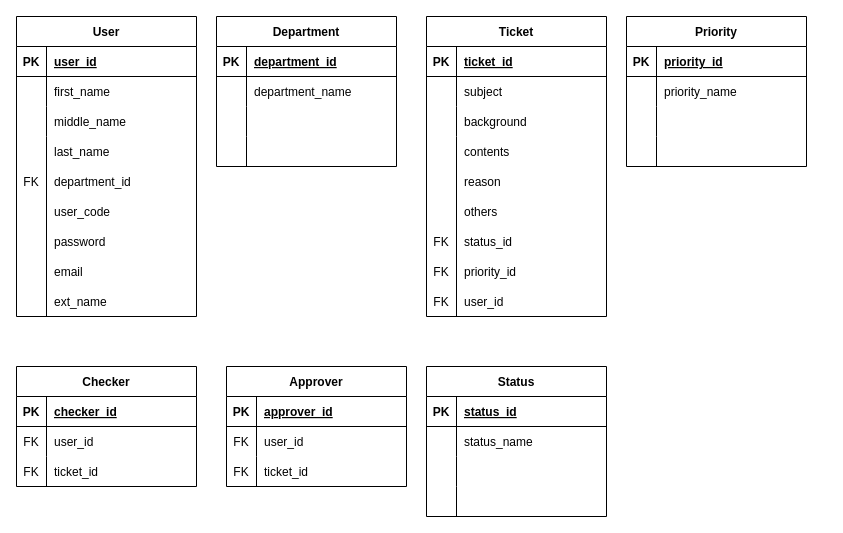
The draw.io diagram diagrams/ERD.drawio in JRCRT/ticketing_system, before the edit. Source tidied: cells renumbered, new cells numbered last; positions are measured from the earlier drawing's top-left corner, leaving out a move shared by most shapes. Both pictures are drawn from the tidied source at 100%, with x=0, y=0 at pixel (16, 16).
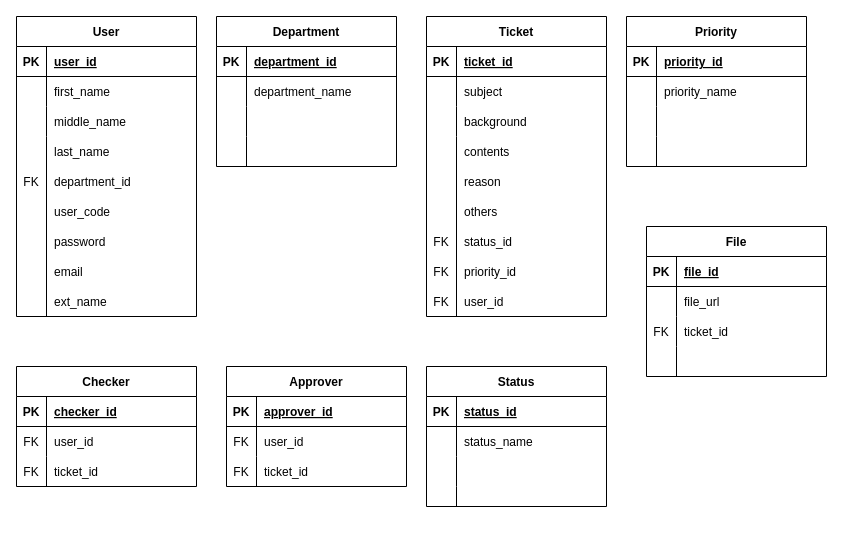
The same diagram, later.

The edit, as a diff of the source:
```diff
@@
     <mxCell id="75" value="Status" style="shape=table;startSize=30;childLayout=tableLayout;rowLines=0;fontStyle=1;align=center;" parent="1" vertex="1">
-      <mxGeometry x="410" y="350" width="180" height="150" as="geometry" />
+      <mxGeometry x="410" y="350" width="180" height="140" as="geometry" />
     </mxCell>
@@
     <mxCell id="85" style="shape=tableRow;horizontal=0;startSize=0;swimlaneHead=0;swimlaneBody=0;fillColor=none;top=0;left=0;right=0;bottom=0;" parent="75" vertex="1">
-      <mxGeometry y="120" width="180" height="30" as="geometry" />
+      <mxGeometry y="120" width="180" height="20" as="geometry" />
     </mxCell>
     <mxCell id="86" style="shape=partialRectangle;fillColor=none;top=0;left=0;bottom=0;right=0;overflow=hidden;" parent="85" vertex="1">
-      <mxGeometry width="30" height="30" as="geometry" />
+      <mxGeometry width="30" height="20" as="geometry" />
     </mxCell>
     <mxCell id="87" style="shape=partialRectangle;fillColor=none;top=0;left=0;bottom=0;right=0;align=left;spacingLeft=6;overflow=hidden;" parent="85" vertex="1">
-      <mxGeometry x="30" width="150" height="30" as="geometry" />
+      <mxGeometry x="30" width="150" height="20" as="geometry" />
     </mxCell>
@@
+    <mxCell id="107" value="File" style="shape=table;startSize=30;childLayout=tableLayout;rowLines=0;fontStyle=1;align=center;" parent="1" vertex="1">
+      <mxGeometry x="630" y="210" width="180" height="150" as="geometry" />
+    </mxCell>
+    <mxCell id="108" style="shape=tableRow;horizontal=0;startSize=0;swimlaneHead=0;swimlaneBody=0;fillColor=none;top=0;left=0;right=0;bottom=1;" parent="107" vertex="1">
+      <mxGeometry y="30" width="180" height="30" as="geometry" />
+    </mxCell>
+    <mxCell id="109" value="PK" style="shape=partialRectangle;fillColor=none;top=0;left=0;bottom=0;right=0;fontStyle=1;overflow=hidden;" parent="108" vertex="1">
+      <mxGeometry width="30" height="30" as="geometry" />
+    </mxCell>
+    <mxCell id="110" value="file_id" style="shape=partialRectangle;fillColor=none;top=0;left=0;bottom=0;right=0;align=left;spacingLeft=6;fontStyle=5;overflow=hidden;" parent="108" vertex="1">
+      <mxGeometry x="30" width="150" height="30" as="geometry" />
+    </mxCell>
+    <mxCell id="111" style="shape=tableRow;horizontal=0;startSize=0;swimlaneHead=0;swimlaneBody=0;fillColor=none;top=0;left=0;right=0;bottom=0;" parent="107" vertex="1">
+      <mxGeometry y="60" width="180" height="30" as="geometry" />
+    </mxCell>
+    <mxCell id="112" style="shape=partialRectangle;fillColor=none;top=0;left=0;bottom=0;right=0;overflow=hidden;" parent="111" vertex="1">
+      <mxGeometry width="30" height="30" as="geometry" />
+    </mxCell>
+    <mxCell id="113" value="file_url" style="shape=partialRectangle;fillColor=none;top=0;left=0;bottom=0;right=0;align=left;spacingLeft=6;overflow=hidden;" parent="111" vertex="1">
+      <mxGeometry x="30" width="150" height="30" as="geometry" />
+    </mxCell>
+    <mxCell id="114" style="shape=tableRow;horizontal=0;startSize=0;swimlaneHead=0;swimlaneBody=0;fillColor=none;top=0;left=0;right=0;bottom=0;" parent="107" vertex="1">
+      <mxGeometry y="90" width="180" height="30" as="geometry" />
+    </mxCell>
+    <mxCell id="115" value="FK" style="shape=partialRectangle;fillColor=none;top=0;left=0;bottom=0;right=0;overflow=hidden;" parent="114" vertex="1">
+      <mxGeometry width="30" height="30" as="geometry" />
+    </mxCell>
+    <mxCell id="116" value="ticket_id" style="shape=partialRectangle;fillColor=none;top=0;left=0;bottom=0;right=0;align=left;spacingLeft=6;overflow=hidden;" parent="114" vertex="1">
+      <mxGeometry x="30" width="150" height="30" as="geometry" />
+    </mxCell>
+    <mxCell id="117" style="shape=tableRow;horizontal=0;startSize=0;swimlaneHead=0;swimlaneBody=0;fillColor=none;top=0;left=0;right=0;bottom=0;" parent="107" vertex="1">
+      <mxGeometry y="120" width="180" height="30" as="geometry" />
+    </mxCell>
+    <mxCell id="118" style="shape=partialRectangle;fillColor=none;top=0;left=0;bottom=0;right=0;overflow=hidden;" parent="117" vertex="1">
+      <mxGeometry width="30" height="30" as="geometry" />
+    </mxCell>
+    <mxCell id="119" style="shape=partialRectangle;fillColor=none;top=0;left=0;bottom=0;right=0;align=left;spacingLeft=6;overflow=hidden;" parent="117" vertex="1">
+      <mxGeometry x="30" width="150" height="30" as="geometry" />
+    </mxCell>
```
